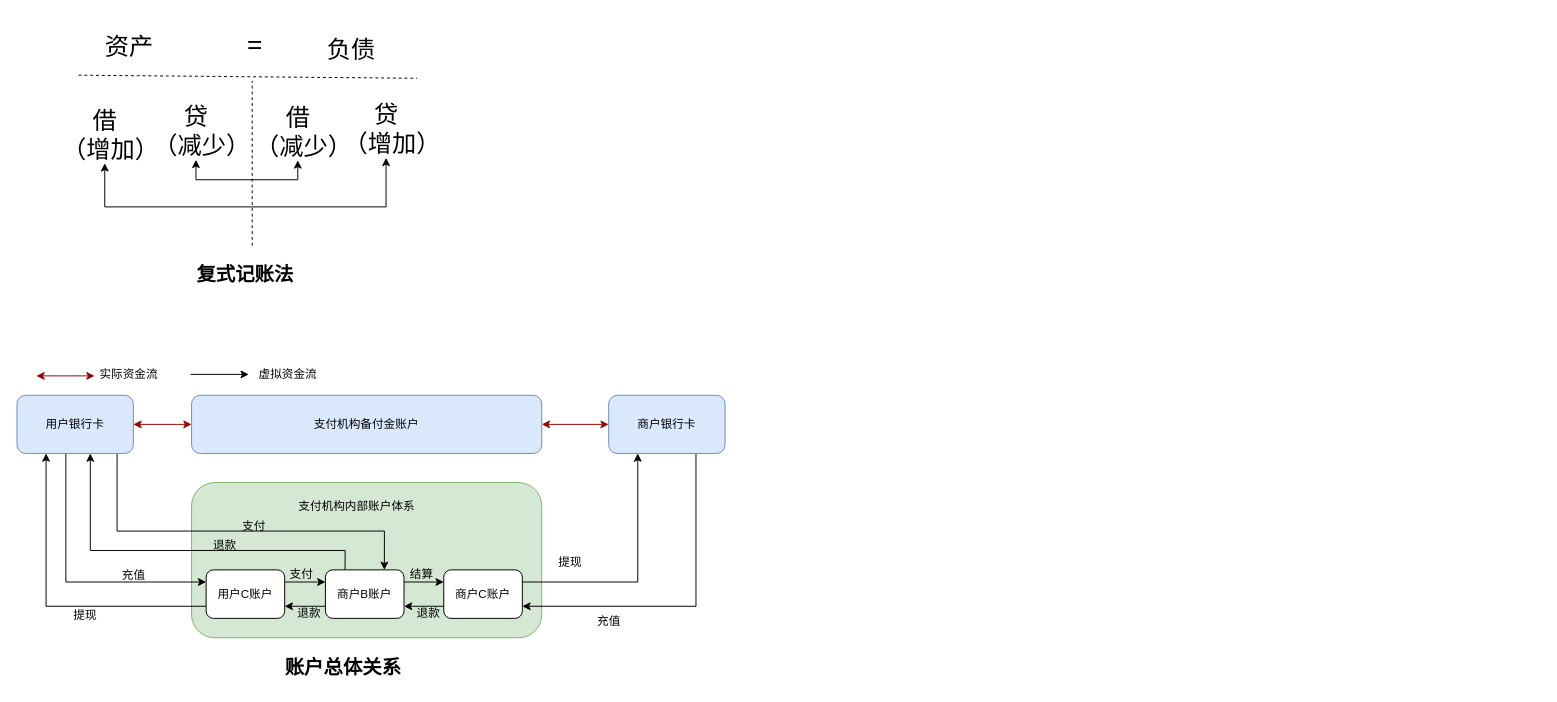
Earlier version of the draw.io diagram 支付领域2.drawio (zhufuyin/draw). Source tidied: cells renumbered, new cells numbered last; positions are measured from the earlier drawing's top-left corner, leaving out a move shared by most shapes. Both pictures are drawn from the tidied source at 97%, with x=0, y=0 at pixel (16, 16).
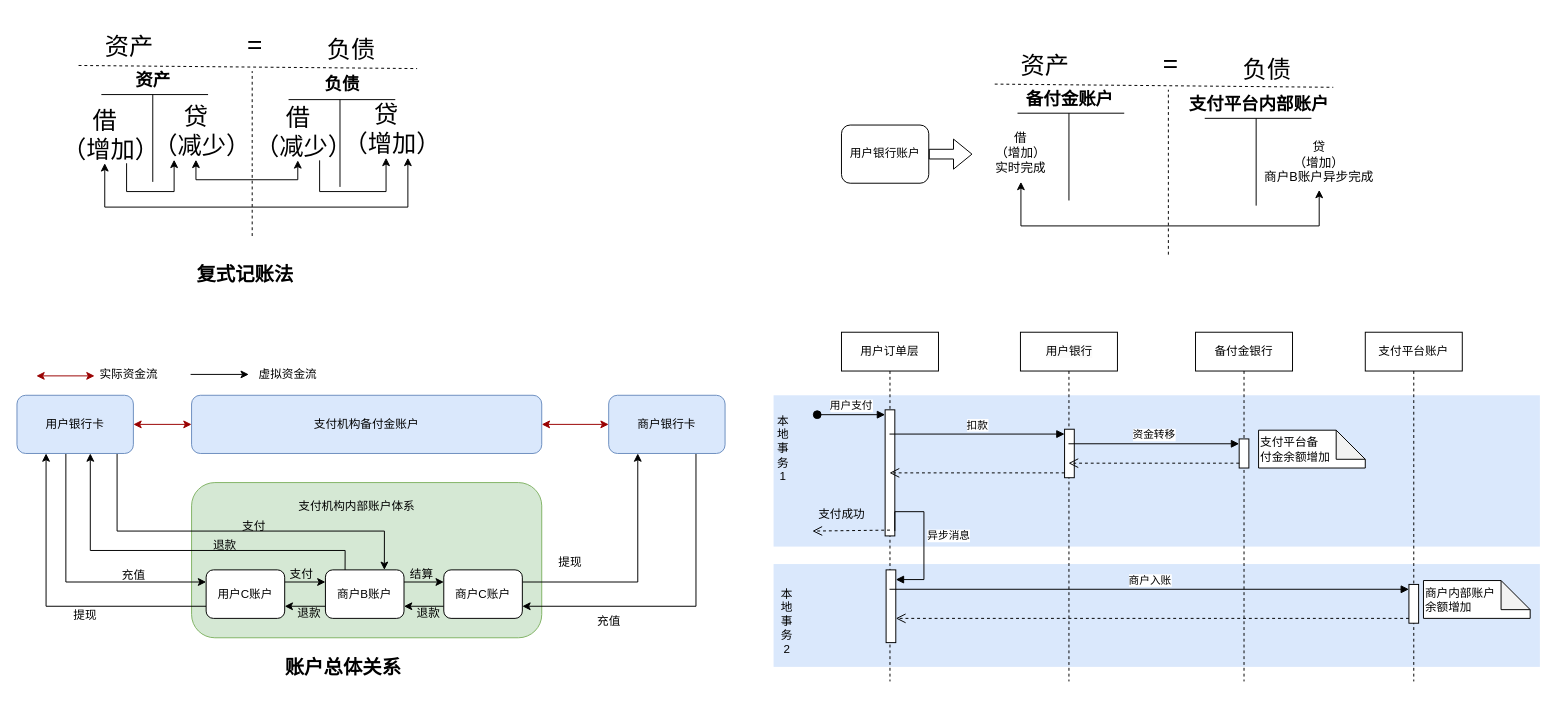
After the change.

Commit message (it also covers changes not shown here):
更新支付领域2.drawio

The change refers to these unchanged cells:
```xml
<mxCell id="8" value="借&lt;div&gt;（增加）&lt;/div&gt;" style="rounded=0;whiteSpace=wrap;html=1;fillColor=none;strokeColor=none;fontSize=25;" parent="1" vertex="1">
  <mxGeometry x="45.5" y="90.8" width="90" height="60" as="geometry" />
</mxCell>
<mxCell id="9" value="贷&lt;div&gt;（减少）&lt;/div&gt;" style="rounded=0;whiteSpace=wrap;html=1;fillColor=none;strokeColor=none;fontSize=25;" parent="1" vertex="1">
  <mxGeometry x="139.5" y="87.2" width="90" height="60" as="geometry" />
</mxCell>
<mxCell id="12" value="借&lt;div&gt;（减少）&lt;/div&gt;" style="rounded=0;whiteSpace=wrap;html=1;fillColor=none;strokeColor=none;fontSize=25;" parent="1" vertex="1">
  <mxGeometry x="244.5" y="87.8" width="90" height="60" as="geometry" />
</mxCell>
<mxCell id="13" value="贷&lt;div&gt;（增加）&lt;/div&gt;" style="rounded=0;whiteSpace=wrap;html=1;fillColor=none;strokeColor=none;fontSize=25;" parent="1" vertex="1">
  <mxGeometry x="335.5" y="85.2" width="90" height="60" as="geometry" />
</mxCell>
```

The edit, as a diff of the source:
```diff
@@
+    <mxCell id="49" style="rounded=0;whiteSpace=wrap;html=1;fillColor=#dae8fc;strokeColor=none;" parent="1" vertex="1">
+      <mxGeometry x="780" y="564" width="790" height="106" as="geometry" />
+    </mxCell>
+    <mxCell id="50" style="rounded=0;whiteSpace=wrap;html=1;fillColor=#dae8fc;strokeColor=none;" parent="1" vertex="1">
+      <mxGeometry x="780" y="390" width="790" height="156" as="geometry" />
+    </mxCell>
@@
     <mxCell id="5" style="endArrow=none;html=1;rounded=0;exitX=0;exitY=1;exitDx=0;exitDy=0;entryX=1;entryY=1;entryDx=0;entryDy=0;dashed=1;" parent="1" edge="1">
       <mxGeometry relative="1" as="geometry">
-        <mxPoint x="63.5" y="60" as="sourcePoint" />
-        <mxPoint x="412.5" y="63.2" as="targetPoint" />
+        <mxPoint x="63.5" y="50" as="sourcePoint" />
+        <mxPoint x="412.5" y="53.2" as="targetPoint" />
       </mxGeometry>
     </mxCell>
@@
-    <mxCell id="7" style="edgeStyle=orthogonalEdgeStyle;rounded=0;jettySize=auto;html=1;exitX=0.5;exitY=1;exitDx=0;exitDy=0;entryX=0.5;entryY=1;entryDx=0;entryDy=0;endArrow=classic;endFill=1;startArrow=classic;startFill=1;" parent="1" edge="1" source="8" target="13">
+    <mxCell id="7" style="edgeStyle=orthogonalEdgeStyle;rounded=0;jettySize=auto;html=1;exitX=0.5;exitY=1;exitDx=0;exitDy=0;entryX=0.75;entryY=1;entryDx=0;entryDy=0;endArrow=classic;endFill=1;startArrow=classic;startFill=1;" parent="1" edge="1" source="8" target="13">
       <mxGeometry relative="1" as="geometry">
         <Array as="points">
-          <mxPoint x="90.5" y="195.8" />
-          <mxPoint x="380.5" y="195.8" />
+          <mxPoint x="91" y="196" />
+          <mxPoint x="403" y="196" />
         </Array>
       </mxGeometry>
     </mxCell>
+    <mxCell id="51" style="edgeStyle=orthogonalEdgeStyle;rounded=0;jettySize=auto;html=1;exitX=0.75;exitY=1;exitDx=0;exitDy=0;entryX=0.25;entryY=1;entryDx=0;entryDy=0;" parent="1" edge="1" source="8" target="9">
+      <mxGeometry relative="1" as="geometry">
+        <Array as="points">
+          <mxPoint x="113" y="180" />
+          <mxPoint x="162" y="180" />
+        </Array>
+      </mxGeometry>
+    </mxCell>
@@
     <mxCell id="10" style="endArrow=none;html=1;rounded=0;dashed=1;" parent="1" edge="1">
       <mxGeometry relative="1" as="geometry">
-        <mxPoint x="242.5" y="235.8" as="sourcePoint" />
-        <mxPoint x="242.5" y="65.8" as="targetPoint" />
+        <mxPoint x="242.5" y="225.8" as="sourcePoint" />
+        <mxPoint x="242.5" y="55.8" as="targetPoint" />
       </mxGeometry>
     </mxCell>
@@
+    <mxCell id="52" style="edgeStyle=orthogonalEdgeStyle;rounded=0;jettySize=auto;html=1;exitX=0.75;exitY=1;exitDx=0;exitDy=0;entryX=0.5;entryY=1;entryDx=0;entryDy=0;" parent="1" edge="1" source="12" target="13">
+      <mxGeometry relative="1" as="geometry">
+        <Array as="points">
+          <mxPoint x="312" y="180" />
+          <mxPoint x="381" y="180" />
+        </Array>
+      </mxGeometry>
+    </mxCell>
@@
+    <mxCell id="53" style="endArrow=none;html=1;rounded=0;" parent="1" edge="1">
+      <mxGeometry relative="1" as="geometry">
+        <mxPoint x="87" y="80" as="sourcePoint" />
+        <mxPoint x="197" y="80" as="targetPoint" />
+      </mxGeometry>
+    </mxCell>
+    <mxCell id="54" style="endArrow=none;html=1;rounded=0;" parent="1" edge="1">
+      <mxGeometry relative="1" as="geometry">
+        <mxPoint x="140" y="170" as="sourcePoint" />
+        <mxPoint x="140" y="80" as="targetPoint" />
+      </mxGeometry>
+    </mxCell>
+    <mxCell id="55" style="endArrow=none;html=1;rounded=0;" parent="1" edge="1">
+      <mxGeometry relative="1" as="geometry">
+        <mxPoint x="280" y="85.2" as="sourcePoint" />
+        <mxPoint x="390" y="85.2" as="targetPoint" />
+      </mxGeometry>
+    </mxCell>
+    <mxCell id="56" style="endArrow=none;html=1;rounded=0;" parent="1" edge="1">
+      <mxGeometry relative="1" as="geometry">
+        <mxPoint x="333" y="175.2" as="sourcePoint" />
+        <mxPoint x="333" y="85.2" as="targetPoint" />
+      </mxGeometry>
+    </mxCell>
+    <mxCell id="57" value="资产" style="text;html=1;align=center;verticalAlign=middle;strokeColor=none;fillColor=none;fontSize=18;fontStyle=1;" parent="1" vertex="1">
+      <mxGeometry x="110" y="45.8" width="60" height="40" as="geometry" />
+    </mxCell>
+    <mxCell id="58" value="负债" style="text;html=1;align=center;verticalAlign=middle;strokeColor=none;fillColor=none;fontSize=18;fontStyle=1;" parent="1" vertex="1">
+      <mxGeometry x="305" y="50.2" width="60" height="40" as="geometry" />
+    </mxCell>
+    <mxCell id="59" value="资产" style="rounded=0;whiteSpace=wrap;html=1;fillColor=none;strokeColor=none;fontSize=25;" parent="1" vertex="1">
+      <mxGeometry x="1000" y="19.2" width="120" height="60" as="geometry" />
+    </mxCell>
+    <mxCell id="60" value="负债" style="rounded=0;whiteSpace=wrap;html=1;fillColor=none;strokeColor=none;fontSize=25;" parent="1" vertex="1">
+      <mxGeometry x="1229" y="22.5" width="120" height="60" as="geometry" />
+    </mxCell>
+    <mxCell id="61" style="endArrow=none;html=1;rounded=0;exitX=0;exitY=1;exitDx=0;exitDy=0;entryX=1;entryY=1;entryDx=0;entryDy=0;dashed=1;" parent="1" edge="1">
+      <mxGeometry relative="1" as="geometry">
+        <mxPoint x="1008" y="69.2" as="sourcePoint" />
+        <mxPoint x="1357" y="72.5" as="targetPoint" />
+      </mxGeometry>
+    </mxCell>
+    <mxCell id="62" value="=" style="text;html=1;align=center;verticalAlign=middle;strokeColor=none;fillColor=none;fontSize=27;" parent="1" vertex="1">
+      <mxGeometry x="1169" y="23" width="40" height="50" as="geometry" />
+    </mxCell>
+    <mxCell id="63" style="edgeStyle=orthogonalEdgeStyle;rounded=0;jettySize=auto;html=1;exitX=0.5;exitY=1;exitDx=0;exitDy=0;entryX=0.5;entryY=1;entryDx=0;entryDy=0;endArrow=classic;endFill=1;startArrow=classic;startFill=1;" parent="1" edge="1" source="64" target="66">
+      <mxGeometry relative="1" as="geometry">
+        <Array as="points">
+          <mxPoint x="1035" y="215.4" />
+          <mxPoint x="1343" y="215.4" />
+        </Array>
+      </mxGeometry>
+    </mxCell>
+    <mxCell id="64" value="借&lt;div style=&quot;font-size: 13px;&quot;&gt;（增加）&lt;/div&gt;&lt;div style=&quot;font-size: 13px;&quot;&gt;实时完成&lt;/div&gt;" style="rounded=0;whiteSpace=wrap;html=1;fillColor=none;strokeColor=none;fontSize=13;" parent="1" vertex="1">
+      <mxGeometry x="990" y="110" width="90" height="60" as="geometry" />
+    </mxCell>
+    <mxCell id="65" style="endArrow=none;html=1;rounded=0;dashed=1;" parent="1" edge="1">
+      <mxGeometry relative="1" as="geometry">
+        <mxPoint x="1187" y="245" as="sourcePoint" />
+        <mxPoint x="1187" y="75" as="targetPoint" />
+      </mxGeometry>
+    </mxCell>
+    <mxCell id="66" value="贷&lt;div style=&quot;font-size: 13px;&quot;&gt;（增加）&lt;/div&gt;&lt;div style=&quot;font-size: 13px;&quot;&gt;商户B账户异步完成&lt;/div&gt;" style="rounded=0;whiteSpace=wrap;html=1;fillColor=none;strokeColor=none;fontSize=13;" parent="1" vertex="1">
+      <mxGeometry x="1285" y="121.4" width="115" height="56.9" as="geometry" />
+    </mxCell>
+    <mxCell id="67" style="endArrow=none;html=1;rounded=0;" parent="1" edge="1">
+      <mxGeometry relative="1" as="geometry">
+        <mxPoint x="1031.5" y="99.2" as="sourcePoint" />
+        <mxPoint x="1141.5" y="99.2" as="targetPoint" />
+      </mxGeometry>
+    </mxCell>
+    <mxCell id="68" style="endArrow=none;html=1;rounded=0;" parent="1" edge="1">
+      <mxGeometry relative="1" as="geometry">
+        <mxPoint x="1084.5" y="189.2" as="sourcePoint" />
+        <mxPoint x="1084.5" y="99.2" as="targetPoint" />
+      </mxGeometry>
+    </mxCell>
+    <mxCell id="69" style="endArrow=none;html=1;rounded=0;" parent="1" edge="1">
+      <mxGeometry relative="1" as="geometry">
+        <mxPoint x="1224.5" y="104.5" as="sourcePoint" />
+        <mxPoint x="1334.5" y="104.5" as="targetPoint" />
+      </mxGeometry>
+    </mxCell>
+    <mxCell id="70" style="endArrow=none;html=1;rounded=0;" parent="1" edge="1">
+      <mxGeometry relative="1" as="geometry">
+        <mxPoint x="1277.5" y="194.5" as="sourcePoint" />
+        <mxPoint x="1277.5" y="104.5" as="targetPoint" />
+      </mxGeometry>
+    </mxCell>
+    <mxCell id="71" value="备付金账户" style="text;html=1;align=center;verticalAlign=middle;strokeColor=none;fillColor=none;fontSize=18;fontStyle=1;" parent="1" vertex="1">
+      <mxGeometry x="1029.5" y="65" width="110" height="40" as="geometry" />
+    </mxCell>
+    <mxCell id="72" value="支付平台内部账户" style="text;html=1;align=center;verticalAlign=middle;strokeColor=none;fillColor=none;fontSize=18;fontStyle=1;" parent="1" vertex="1">
+      <mxGeometry x="1194.5" y="69.5" width="170" height="40" as="geometry" />
+    </mxCell>
+    <mxCell id="73" value="用户银行账户" style="rounded=1;whiteSpace=wrap;html=1;" parent="1" vertex="1">
+      <mxGeometry x="850" y="111.4" width="90" height="60" as="geometry" />
+    </mxCell>
+    <mxCell id="74" style="shape=flexArrow;endArrow=classic;html=1;rounded=0;exitX=1;exitY=0.5;exitDx=0;exitDy=0;" parent="1" edge="1" source="73">
+      <mxGeometry relative="1" as="geometry">
+        <mxPoint x="985" y="141.4" as="targetPoint" />
+      </mxGeometry>
+    </mxCell>
+    <mxCell id="75" value="用户订单层" style="shape=umlLifeline;perimeter=lifelinePerimeter;whiteSpace=wrap;html=1;outlineConnect=0;portConstraint=eastwest;newEdgeStyle={&quot;curved&quot;:0,&quot;rounded&quot;:0};" parent="1" vertex="1">
+      <mxGeometry x="850" y="325" width="100" height="360" as="geometry" />
+    </mxCell>
+    <mxCell id="76" style="html=1;points=[[0,0,0,0,5],[0,1,0,0,-5],[1,0,0,0,5],[1,1,0,0,-5]];perimeter=orthogonalPerimeter;outlineConnect=0;targetShapes=umlLifeline;portConstraint=eastwest;newEdgeStyle={&quot;curved&quot;:0,&quot;rounded&quot;:0};" parent="75" vertex="1">
+      <mxGeometry x="45" y="80" width="10" height="130" as="geometry" />
+    </mxCell>
+    <mxCell id="77" value="用户支付" style="html=1;verticalAlign=bottom;startArrow=oval;endArrow=block;startSize=8;curved=0;rounded=0;entryX=0;entryY=0;entryDx=0;entryDy=5;" parent="75" edge="1" target="76">
+      <mxGeometry relative="1" as="geometry">
+        <mxPoint x="-25" y="85" as="sourcePoint" />
+      </mxGeometry>
+    </mxCell>
+    <mxCell id="78" style="html=1;points=[[0,0,0,0,5],[0,1,0,0,-5],[1,0,0,0,5],[1,1,0,0,-5]];perimeter=orthogonalPerimeter;outlineConnect=0;targetShapes=umlLifeline;portConstraint=eastwest;newEdgeStyle={&quot;curved&quot;:0,&quot;rounded&quot;:0};" parent="75" vertex="1">
+      <mxGeometry x="46" y="245" width="10" height="75" as="geometry" />
+    </mxCell>
+    <mxCell id="79" value="异步消息" style="html=1;align=left;spacingLeft=2;endArrow=block;rounded=0;edgeStyle=orthogonalEdgeStyle;curved=0;rounded=0;exitX=1;exitY=1;exitDx=0;exitDy=-5;exitPerimeter=0;" parent="75" edge="1" source="76" target="78">
+      <mxGeometry relative="1" as="geometry">
+        <Array as="points">
+          <mxPoint x="85" y="185" />
+          <mxPoint x="85" y="255" />
+        </Array>
+      </mxGeometry>
+    </mxCell>
+    <mxCell id="80" value="&lt;span style=&quot;color: rgb(0, 0, 0); font-family: Helvetica; font-size: 12px; font-style: normal; font-variant-ligatures: normal; font-variant-caps: normal; font-weight: 400; letter-spacing: normal; orphans: 2; text-align: center; text-indent: 0px; text-transform: none; widows: 2; word-spacing: 0px; -webkit-text-stroke-width: 0px; white-space: normal; background-color: rgb(251, 251, 251); text-decoration-thickness: initial; text-decoration-style: initial; text-decoration-color: initial; display: inline !important; float: none;&quot;&gt;用户银行&lt;/span&gt;" style="shape=umlLifeline;perimeter=lifelinePerimeter;whiteSpace=wrap;html=1;outlineConnect=0;portConstraint=eastwest;newEdgeStyle={&quot;curved&quot;:0,&quot;rounded&quot;:0};" parent="1" vertex="1">
+      <mxGeometry x="1034.5" y="325" width="100" height="360" as="geometry" />
+    </mxCell>
+    <mxCell id="81" style="html=1;points=[[0,0,0,0,5],[0,1,0,0,-5],[1,0,0,0,5],[1,1,0,0,-5]];perimeter=orthogonalPerimeter;outlineConnect=0;targetShapes=umlLifeline;portConstraint=eastwest;newEdgeStyle={&quot;curved&quot;:0,&quot;rounded&quot;:0};" parent="80" vertex="1">
+      <mxGeometry x="45.5" y="100" width="10" height="50" as="geometry" />
+    </mxCell>
+    <mxCell id="82" value="备付金银行" style="shape=umlLifeline;perimeter=lifelinePerimeter;whiteSpace=wrap;html=1;newEdgeStyle={&quot;curved&quot;:0,&quot;rounded&quot;:0};" parent="1" vertex="1">
+      <mxGeometry x="1215" y="325" width="100" height="360" as="geometry" />
+    </mxCell>
+    <mxCell id="83" style="html=1;points=[[0,0,0,0,5],[0,1,0,0,-5],[1,0,0,0,5],[1,1,0,0,-5]];perimeter=orthogonalPerimeter;outlineConnect=0;targetShapes=umlLifeline;portConstraint=eastwest;newEdgeStyle={&quot;curved&quot;:0,&quot;rounded&quot;:0};" parent="82" vertex="1">
+      <mxGeometry x="45" y="110" width="10" height="30" as="geometry" />
+    </mxCell>
+    <mxCell id="84" value="支付平台账户" style="shape=umlLifeline;perimeter=lifelinePerimeter;whiteSpace=wrap;html=1;newEdgeStyle={&quot;curved&quot;:0,&quot;rounded&quot;:0};" parent="1" vertex="1">
+      <mxGeometry x="1390" y="325" width="100" height="360" as="geometry" />
+    </mxCell>
+    <mxCell id="85" style="html=1;points=[[0,0,0,0,5],[0,1,0,0,-5],[1,0,0,0,5],[1,1,0,0,-5]];perimeter=orthogonalPerimeter;outlineConnect=0;targetShapes=umlLifeline;portConstraint=eastwest;newEdgeStyle={&quot;curved&quot;:0,&quot;rounded&quot;:0};" parent="84" vertex="1">
+      <mxGeometry x="45" y="260" width="10" height="40" as="geometry" />
+    </mxCell>
+    <mxCell id="86" style="html=1;verticalAlign=bottom;endArrow=open;dashed=1;endSize=8;curved=0;rounded=0;exitX=0;exitY=1;exitDx=0;exitDy=-5;" parent="1" edge="1" source="81" target="75">
+      <mxGeometry relative="1" as="geometry" />
+    </mxCell>
+    <mxCell id="87" value="扣款" style="html=1;verticalAlign=bottom;endArrow=block;curved=0;rounded=0;entryX=0;entryY=0;entryDx=0;entryDy=5;" parent="1" edge="1" source="75" target="81">
+      <mxGeometry relative="1" as="geometry" />
+    </mxCell>
+    <mxCell id="88" style="html=1;verticalAlign=bottom;endArrow=open;dashed=1;endSize=8;curved=0;rounded=0;exitX=0;exitY=1;exitDx=0;exitDy=-5;exitPerimeter=0;" parent="1" edge="1" source="83" target="80">
+      <mxGeometry relative="1" as="geometry" />
+    </mxCell>
+    <mxCell id="89" value="资金转移" style="html=1;verticalAlign=bottom;endArrow=block;curved=0;rounded=0;entryX=0;entryY=0;entryDx=0;entryDy=5;" parent="1" edge="1" source="80" target="83">
+      <mxGeometry relative="1" as="geometry" />
+    </mxCell>
+    <mxCell id="90" value="&lt;span style=&quot;text-wrap: nowrap;&quot;&gt;支付平台备&lt;/span&gt;&lt;div&gt;&lt;span style=&quot;text-wrap: nowrap;&quot;&gt;付金余额增加&lt;/span&gt;&lt;/div&gt;" style="shape=note;whiteSpace=wrap;html=1;backgroundOutline=1;darkOpacity=0.05;align=left;" parent="1" vertex="1">
+      <mxGeometry x="1280" y="426" width="110" height="39" as="geometry" />
+    </mxCell>
+    <mxCell id="91" value="商户入账" style="html=1;verticalAlign=bottom;endArrow=block;curved=0;rounded=0;entryX=0;entryY=0;entryDx=0;entryDy=5;" parent="1" edge="1" source="75" target="85">
+      <mxGeometry relative="1" as="geometry" />
+    </mxCell>
+    <mxCell id="92" style="html=1;verticalAlign=bottom;endArrow=open;dashed=1;endSize=8;curved=0;rounded=0;exitX=0;exitY=1;exitDx=0;exitDy=-5;" parent="1" edge="1" source="85" target="78">
+      <mxGeometry relative="1" as="geometry" />
+    </mxCell>
+    <mxCell id="93" value="&lt;span style=&quot;text-wrap: nowrap;&quot;&gt;商户内部账户&lt;/span&gt;&lt;div&gt;&lt;span style=&quot;text-wrap: nowrap;&quot;&gt;余额增加&lt;/span&gt;&lt;/div&gt;" style="shape=note;whiteSpace=wrap;html=1;backgroundOutline=1;darkOpacity=0.05;align=left;" parent="1" vertex="1">
+      <mxGeometry x="1450" y="581" width="110" height="39" as="geometry" />
+    </mxCell>
+    <mxCell id="94" style="html=1;verticalAlign=bottom;endArrow=open;dashed=1;endSize=8;curved=0;rounded=0;exitX=0;exitY=1;exitDx=0;exitDy=-5;" parent="1" edge="1">
+      <mxGeometry relative="1" as="geometry">
+        <mxPoint x="900" y="529" as="sourcePoint" />
+        <mxPoint x="820" y="530" as="targetPoint" />
+      </mxGeometry>
+    </mxCell>
+    <mxCell id="95" value="支付成功" style="text;html=1;align=center;verticalAlign=middle;strokeColor=none;fillColor=none;" parent="1" vertex="1">
+      <mxGeometry x="815" y="498" width="70" height="30" as="geometry" />
+    </mxCell>
+    <mxCell id="96" value="本地事务1" style="whiteSpace=wrap;html=1;fillColor=none;strokeColor=none;" parent="1" vertex="1">
+      <mxGeometry x="780" y="410" width="20" height="70" as="geometry" />
+    </mxCell>
+    <mxCell id="97" value="本地事务2" style="whiteSpace=wrap;html=1;fillColor=none;strokeColor=none;" parent="1" vertex="1">
+      <mxGeometry x="784" y="588" width="20" height="70" as="geometry" />
+    </mxCell>
```
